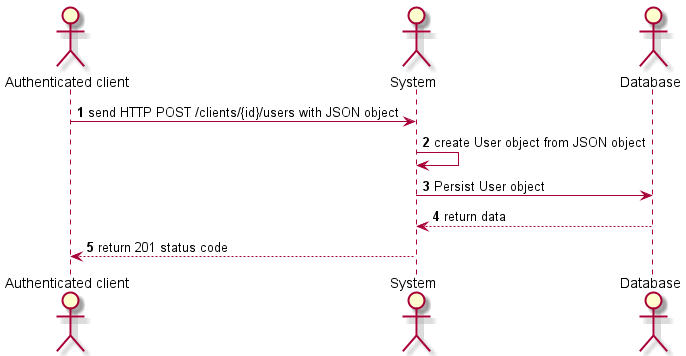
Earlier version of the PlantUML export diagrams/render/Sequences/UsersManagement/Sequence_AddUser.png (Xwyk/BileMo). Source of this version:
```plantuml
@startuml

autonumber

actor "Authenticated client" as client
actor System                as system
actor Database              as db

client  -> system  : send HTTP POST /clients/{id}/users with JSON object
system -> system  : create User object from JSON object
system -> db      : Persist User object
system <-- db     : return data
client  <-- system : return 201 status code

@enduml
```
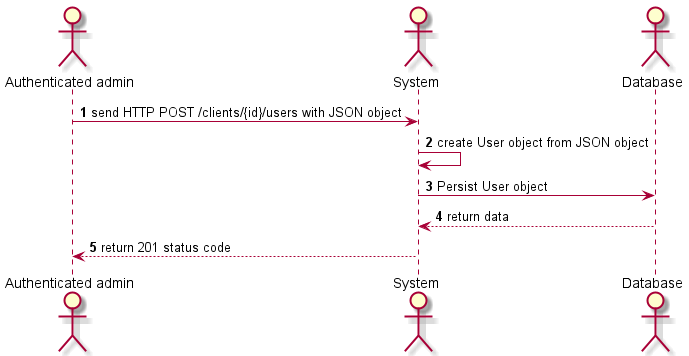
Above is the later version.

Diff of the diagram source:
```diff
@@ -2,14 +2,14 @@
 
 autonumber
 
-actor "Authenticated client" as client
+actor "Authenticated admin" as admin
 actor System                as system
 actor Database              as db
 
-client  -> system  : send HTTP POST /clients/{id}/users with JSON object
+admin  -> system  : send HTTP POST /clients/{id}/users with JSON object
 system -> system  : create User object from JSON object
 system -> db      : Persist User object
 system <-- db     : return data
-client  <-- system : return 201 status code
+admin  <-- system : return 201 status code
 
 @enduml
```
